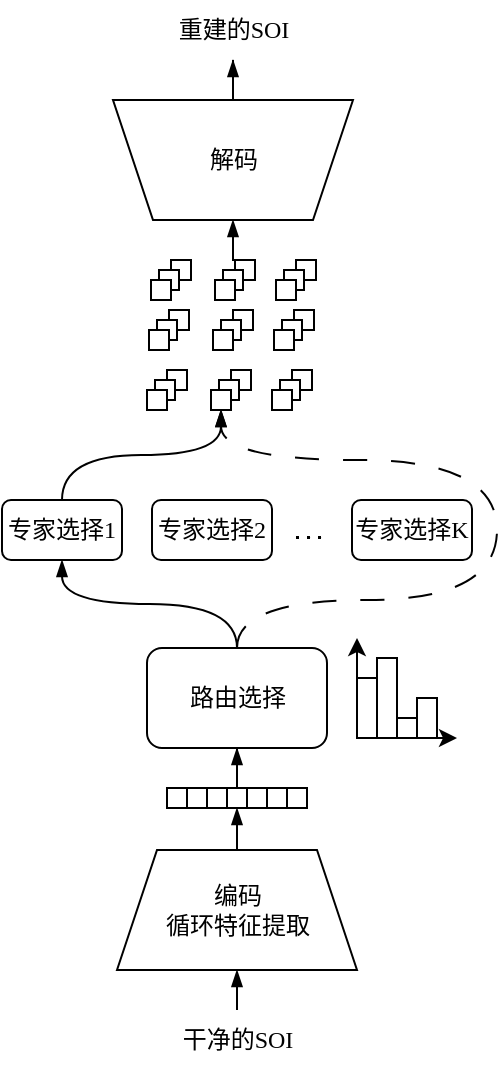
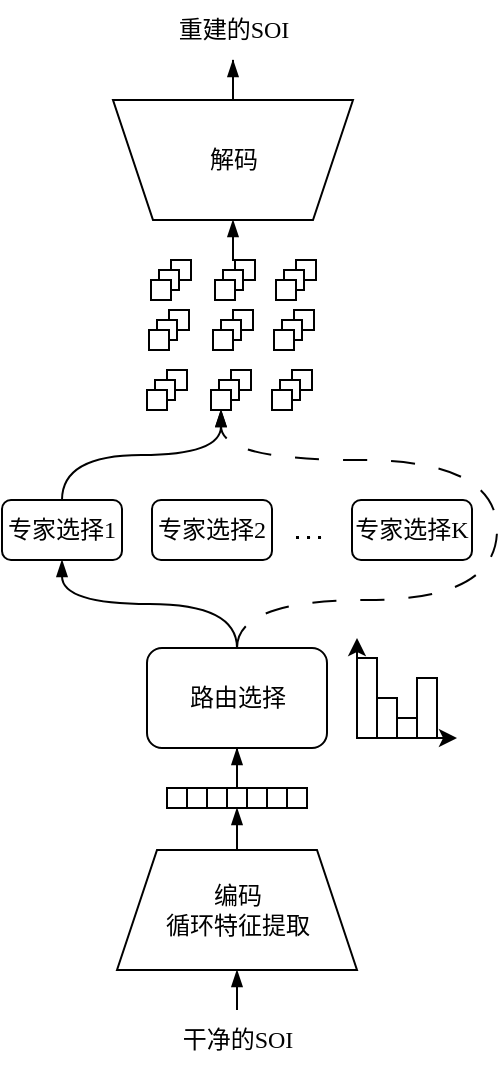
<mxfile host="app.diagrams.net">
  <diagram name="第 1 页" id="SjvYNRHAluqE4aQ-oaUj">
-     <mxGraphModel dx="1381" dy="888" grid="1" gridSize="10" guides="1" tooltips="1" connect="1" arrows="1" fold="1" page="1" pageScale="1" pageWidth="827" pageHeight="1169" math="0" shadow="0">
+     <mxGraphModel dx="1047" dy="545" grid="1" gridSize="10" guides="1" tooltips="1" connect="1" arrows="1" fold="1" page="1" pageScale="1" pageWidth="827" pageHeight="1169" math="1" shadow="0">
      <root>
        <mxCell id="0" />
        <mxCell id="1" parent="0" />
        <mxCell id="EWaWObAG_BLBcivEIfbB-1" parent="1" style="rounded=0;whiteSpace=wrap;html=1;fontFamily=Times New Roman;fontSize=12;" value="" vertex="1">
          <mxGeometry height="10" width="10" x="364.5" y="190" as="geometry" />
        </mxCell>
        <mxCell id="EWaWObAG_BLBcivEIfbB-2" edge="1" parent="1" source="EWaWObAG_BLBcivEIfbB-3" style="endArrow=blockThin;html=1;rounded=0;entryX=0.5;entryY=1;entryDx=0;entryDy=0;endFill=1;exitX=0.5;exitY=0;exitDx=0;exitDy=0;fontFamily=Times New Roman;fontSize=12;" target="EWaWObAG_BLBcivEIfbB-5" value="">
          <mxGeometry height="50" relative="1" width="50" as="geometry">
            <mxPoint x="397.5" y="575" as="sourcePoint" />
            <mxPoint x="407.5" y="585" as="targetPoint" />
          </mxGeometry>
        </mxCell>
        <mxCell id="EWaWObAG_BLBcivEIfbB-3" parent="1" style="text;html=1;whiteSpace=wrap;strokeColor=none;fillColor=none;align=center;verticalAlign=middle;rounded=0;fontFamily=Times New Roman;fontSize=12;" value="干净的SOI" vertex="1">
          <mxGeometry height="30" width="60" x="367.5" y="565" as="geometry" />
        </mxCell>
        <mxCell id="EWaWObAG_BLBcivEIfbB-4" edge="1" parent="1" source="EWaWObAG_BLBcivEIfbB-5" style="edgeStyle=orthogonalEdgeStyle;rounded=0;orthogonalLoop=1;jettySize=auto;html=1;entryX=1;entryY=0.5;entryDx=0;entryDy=0;endArrow=blockThin;endFill=1;exitX=0.5;exitY=0;exitDx=0;exitDy=0;fontFamily=Times New Roman;fontSize=12;" target="EWaWObAG_BLBcivEIfbB-12">
          <mxGeometry relative="1" as="geometry" />
        </mxCell>
        <mxCell id="EWaWObAG_BLBcivEIfbB-5" parent="1" style="shape=trapezoid;perimeter=trapezoidPerimeter;whiteSpace=wrap;html=1;fixedSize=1;fontFamily=Times New Roman;fontSize=12;" value="编码&lt;div&gt;循环特征提取&lt;/div&gt;" vertex="1">
          <mxGeometry height="60" width="120" x="337.5" y="485" as="geometry" />
        </mxCell>
        <mxCell id="EWaWObAG_BLBcivEIfbB-6" edge="1" parent="1" source="EWaWObAG_BLBcivEIfbB-7" style="edgeStyle=orthogonalEdgeStyle;rounded=0;orthogonalLoop=1;jettySize=auto;html=1;endArrow=blockThin;endFill=1;entryX=0.5;entryY=1;entryDx=0;entryDy=0;fontFamily=Times New Roman;fontSize=12;" target="EWaWObAG_BLBcivEIfbB-59">
          <mxGeometry relative="1" as="geometry">
            <mxPoint x="395.5" y="60" as="targetPoint" />
          </mxGeometry>
        </mxCell>
        <mxCell id="EWaWObAG_BLBcivEIfbB-7" parent="1" style="shape=trapezoid;perimeter=trapezoidPerimeter;whiteSpace=wrap;html=1;fixedSize=1;rotation=-180;fontFamily=Times New Roman;fontSize=12;" value="" vertex="1">
          <mxGeometry height="60" width="120" x="335.5" y="110" as="geometry" />
        </mxCell>
        <mxCell id="EWaWObAG_BLBcivEIfbB-8" parent="1" style="rounded=0;whiteSpace=wrap;html=1;rotation=90;fontFamily=Times New Roman;fontSize=12;" value="" vertex="1">
          <mxGeometry height="10" width="10" x="422.5" y="454" as="geometry" />
        </mxCell>
        <mxCell id="EWaWObAG_BLBcivEIfbB-9" parent="1" style="rounded=0;whiteSpace=wrap;html=1;rotation=90;fontFamily=Times New Roman;fontSize=12;" value="" vertex="1">
          <mxGeometry height="10" width="10" x="412.5" y="454" as="geometry" />
        </mxCell>
        <mxCell id="EWaWObAG_BLBcivEIfbB-10" parent="1" style="rounded=0;whiteSpace=wrap;html=1;rotation=90;fontFamily=Times New Roman;fontSize=12;" value="" vertex="1">
          <mxGeometry height="10" width="10" x="402.5" y="454" as="geometry" />
        </mxCell>
        <mxCell id="EWaWObAG_BLBcivEIfbB-11" edge="1" parent="1" source="EWaWObAG_BLBcivEIfbB-12" style="edgeStyle=orthogonalEdgeStyle;rounded=0;orthogonalLoop=1;jettySize=auto;html=1;entryX=0.5;entryY=1;entryDx=0;entryDy=0;endArrow=blockThin;endFill=1;fontFamily=Times New Roman;fontSize=12;" target="EWaWObAG_BLBcivEIfbB-18">
          <mxGeometry relative="1" as="geometry" />
        </mxCell>
        <mxCell id="EWaWObAG_BLBcivEIfbB-12" parent="1" style="rounded=0;whiteSpace=wrap;html=1;rotation=90;fontFamily=Times New Roman;fontSize=12;" value="" vertex="1">
          <mxGeometry height="10" width="10" x="392.5" y="454" as="geometry" />
        </mxCell>
        <mxCell id="EWaWObAG_BLBcivEIfbB-13" parent="1" style="rounded=0;whiteSpace=wrap;html=1;rotation=90;fontFamily=Times New Roman;fontSize=12;" value="" vertex="1">
          <mxGeometry height="10" width="10" x="382.5" y="454" as="geometry" />
        </mxCell>
        <mxCell id="EWaWObAG_BLBcivEIfbB-14" parent="1" style="rounded=0;whiteSpace=wrap;html=1;rotation=90;fontFamily=Times New Roman;fontSize=12;" value="" vertex="1">
          <mxGeometry height="10" width="10" x="372.5" y="454" as="geometry" />
        </mxCell>
        <mxCell id="EWaWObAG_BLBcivEIfbB-15" parent="1" style="rounded=0;whiteSpace=wrap;html=1;rotation=90;fontFamily=Times New Roman;fontSize=12;" value="" vertex="1">
          <mxGeometry height="10" width="10" x="362.5" y="454" as="geometry" />
        </mxCell>
        <mxCell id="EWaWObAG_BLBcivEIfbB-16" edge="1" parent="1" source="EWaWObAG_BLBcivEIfbB-18" style="edgeStyle=orthogonalEdgeStyle;rounded=0;orthogonalLoop=1;jettySize=auto;html=1;entryX=0.5;entryY=1;entryDx=0;entryDy=0;curved=1;exitX=0.5;exitY=0;exitDx=0;exitDy=0;endArrow=blockThin;endFill=1;fontFamily=Times New Roman;fontSize=12;" target="EWaWObAG_BLBcivEIfbB-20">
          <mxGeometry relative="1" as="geometry" />
        </mxCell>
        <mxCell id="EWaWObAG_BLBcivEIfbB-17" edge="1" parent="1" source="EWaWObAG_BLBcivEIfbB-18" style="edgeStyle=orthogonalEdgeStyle;rounded=0;orthogonalLoop=1;jettySize=auto;html=1;entryX=0.5;entryY=1;entryDx=0;entryDy=0;exitX=0.5;exitY=0;exitDx=0;exitDy=0;curved=1;endArrow=blockThin;endFill=1;dashed=1;dashPattern=12 12;fontFamily=Times New Roman;fontSize=12;" target="EWaWObAG_BLBcivEIfbB-55">
          <mxGeometry relative="1" as="geometry">
            <Array as="points">
              <mxPoint x="397.5" y="360" />
              <mxPoint x="527.5" y="360" />
              <mxPoint x="527.5" y="290" />
              <mxPoint x="389.5" y="290" />
            </Array>
          </mxGeometry>
        </mxCell>
        <mxCell id="EWaWObAG_BLBcivEIfbB-18" parent="1" style="rounded=1;whiteSpace=wrap;html=1;fontFamily=Times New Roman;fontSize=12;" value="路由选择" vertex="1">
          <mxGeometry height="50" width="90" x="352.5" y="384" as="geometry" />
        </mxCell>
        <mxCell id="EWaWObAG_BLBcivEIfbB-19" edge="1" parent="1" source="EWaWObAG_BLBcivEIfbB-20" style="edgeStyle=orthogonalEdgeStyle;rounded=0;orthogonalLoop=1;jettySize=auto;html=1;entryX=0.5;entryY=1;entryDx=0;entryDy=0;exitX=0.5;exitY=0;exitDx=0;exitDy=0;curved=1;endArrow=blockThin;endFill=1;fontFamily=Times New Roman;fontSize=12;" target="EWaWObAG_BLBcivEIfbB-55">
          <mxGeometry relative="1" as="geometry" />
        </mxCell>
        <mxCell id="EWaWObAG_BLBcivEIfbB-20" parent="1" style="rounded=1;whiteSpace=wrap;html=1;fontFamily=Times New Roman;fontSize=12;" value="专家选择1" vertex="1">
          <mxGeometry height="30" width="60" x="280" y="310" as="geometry" />
        </mxCell>
        <mxCell id="EWaWObAG_BLBcivEIfbB-21" parent="1" style="rounded=1;whiteSpace=wrap;html=1;fontFamily=Times New Roman;fontSize=12;" value="专家选择2" vertex="1">
          <mxGeometry height="30" width="60" x="355" y="310" as="geometry" />
        </mxCell>
        <mxCell id="EWaWObAG_BLBcivEIfbB-22" parent="1" style="rounded=1;whiteSpace=wrap;html=1;fontFamily=Times New Roman;fontSize=12;" value="专家选择K" vertex="1">
          <mxGeometry height="30" width="60" x="455" y="310" as="geometry" />
        </mxCell>
        <mxCell id="EWaWObAG_BLBcivEIfbB-23" parent="1" style="text;html=1;whiteSpace=wrap;strokeColor=none;fillColor=none;align=center;verticalAlign=middle;rounded=0;fontFamily=Times New Roman;fontSize=12;" value="\[...\]" vertex="1">
          <mxGeometry height="10" width="20" x="422.5" y="320" as="geometry" />
        </mxCell>
        <mxCell id="EWaWObAG_BLBcivEIfbB-24" edge="1" parent="1" source="EWaWObAG_BLBcivEIfbB-23" style="edgeStyle=orthogonalEdgeStyle;rounded=0;orthogonalLoop=1;jettySize=auto;html=1;exitX=0.5;exitY=1;exitDx=0;exitDy=0;fontFamily=Times New Roman;fontSize=12;" target="EWaWObAG_BLBcivEIfbB-23">
          <mxGeometry relative="1" as="geometry" />
        </mxCell>
        <mxCell id="EWaWObAG_BLBcivEIfbB-25" edge="1" parent="1" style="endArrow=classic;html=1;rounded=0;fontFamily=Times New Roman;fontSize=12;" value="">
          <mxGeometry height="50" relative="1" width="50" as="geometry">
            <mxPoint x="457.5" y="429" as="sourcePoint" />
            <mxPoint x="457.5" y="379" as="targetPoint" />
          </mxGeometry>
        </mxCell>
        <mxCell id="EWaWObAG_BLBcivEIfbB-26" edge="1" parent="1" style="endArrow=classic;html=1;rounded=0;fontFamily=Times New Roman;fontSize=12;" value="">
          <mxGeometry height="50" relative="1" width="50" as="geometry">
            <mxPoint x="457.5" y="429" as="sourcePoint" />
            <mxPoint x="507.5" y="429" as="targetPoint" />
          </mxGeometry>
        </mxCell>
        <mxCell id="EWaWObAG_BLBcivEIfbB-27" parent="1" style="rounded=0;whiteSpace=wrap;html=1;fontFamily=Times New Roman;fontSize=12;" value="" vertex="1">
-           <mxGeometry height="30" width="10" x="457.5" y="399" as="geometry" />
+           <mxGeometry height="30" width="10" x="487.5" y="399" as="geometry" />
        </mxCell>
        <mxCell id="EWaWObAG_BLBcivEIfbB-28" parent="1" style="rounded=0;whiteSpace=wrap;html=1;fontFamily=Times New Roman;fontSize=12;" value="" vertex="1">
-           <mxGeometry height="40" width="10" x="467.5" y="389" as="geometry" />
+           <mxGeometry height="40" width="10" x="457.5" y="389" as="geometry" />
        </mxCell>
        <mxCell id="EWaWObAG_BLBcivEIfbB-29" parent="1" style="rounded=0;whiteSpace=wrap;html=1;fontFamily=Times New Roman;fontSize=12;" value="" vertex="1">
          <mxGeometry height="10" width="10" x="477.5" y="419" as="geometry" />
        </mxCell>
        <mxCell id="EWaWObAG_BLBcivEIfbB-30" parent="1" style="rounded=0;whiteSpace=wrap;html=1;fontFamily=Times New Roman;fontSize=12;" value="" vertex="1">
-           <mxGeometry height="20" width="10" x="487.5" y="409" as="geometry" />
+           <mxGeometry height="20" width="10" x="467.5" y="409" as="geometry" />
        </mxCell>
        <mxCell id="EWaWObAG_BLBcivEIfbB-31" parent="1" style="text;html=1;whiteSpace=wrap;strokeColor=none;fillColor=none;align=center;verticalAlign=middle;rounded=0;fontFamily=Times New Roman;fontSize=12;" value="解码" vertex="1">
          <mxGeometry height="30" width="60" x="365.5" y="125" as="geometry" />
        </mxCell>
        <mxCell id="EWaWObAG_BLBcivEIfbB-32" parent="1" style="rounded=0;whiteSpace=wrap;html=1;fontFamily=Times New Roman;fontSize=12;" value="" vertex="1">
          <mxGeometry height="10" width="10" x="358.5" y="195" as="geometry" />
        </mxCell>
        <mxCell id="EWaWObAG_BLBcivEIfbB-33" parent="1" style="rounded=0;whiteSpace=wrap;html=1;fontFamily=Times New Roman;fontSize=12;" value="" vertex="1">
          <mxGeometry height="10" width="10" x="354.5" y="200" as="geometry" />
        </mxCell>
        <mxCell id="EWaWObAG_BLBcivEIfbB-34" edge="1" parent="1" source="EWaWObAG_BLBcivEIfbB-35" style="edgeStyle=orthogonalEdgeStyle;rounded=0;orthogonalLoop=1;jettySize=auto;html=1;entryX=0.5;entryY=0;entryDx=0;entryDy=0;exitX=0;exitY=0;exitDx=0;exitDy=0;endArrow=blockThin;endFill=1;fontFamily=Times New Roman;fontSize=12;" target="EWaWObAG_BLBcivEIfbB-7">
          <mxGeometry relative="1" as="geometry" />
        </mxCell>
        <mxCell id="EWaWObAG_BLBcivEIfbB-35" parent="1" style="rounded=0;whiteSpace=wrap;html=1;fontFamily=Times New Roman;fontSize=12;" value="" vertex="1">
          <mxGeometry height="10" width="10" x="396.5" y="190" as="geometry" />
        </mxCell>
        <mxCell id="EWaWObAG_BLBcivEIfbB-36" parent="1" style="rounded=0;whiteSpace=wrap;html=1;fontFamily=Times New Roman;fontSize=12;" value="" vertex="1">
          <mxGeometry height="10" width="10" x="390.5" y="195" as="geometry" />
        </mxCell>
        <mxCell id="EWaWObAG_BLBcivEIfbB-37" parent="1" style="rounded=0;whiteSpace=wrap;html=1;fontFamily=Times New Roman;fontSize=12;" value="" vertex="1">
          <mxGeometry height="10" width="10" x="386.5" y="200" as="geometry" />
        </mxCell>
        <mxCell id="EWaWObAG_BLBcivEIfbB-38" parent="1" style="rounded=0;whiteSpace=wrap;html=1;fontFamily=Times New Roman;fontSize=12;" value="" vertex="1">
          <mxGeometry height="10" width="10" x="427" y="190" as="geometry" />
        </mxCell>
        <mxCell id="EWaWObAG_BLBcivEIfbB-39" parent="1" style="rounded=0;whiteSpace=wrap;html=1;fontFamily=Times New Roman;fontSize=12;" value="" vertex="1">
          <mxGeometry height="10" width="10" x="421" y="195" as="geometry" />
        </mxCell>
        <mxCell id="EWaWObAG_BLBcivEIfbB-40" parent="1" style="rounded=0;whiteSpace=wrap;html=1;fontFamily=Times New Roman;fontSize=12;" value="" vertex="1">
          <mxGeometry height="10" width="10" x="417" y="200" as="geometry" />
        </mxCell>
        <mxCell id="EWaWObAG_BLBcivEIfbB-41" parent="1" style="rounded=0;whiteSpace=wrap;html=1;fontFamily=Times New Roman;fontSize=12;" value="" vertex="1">
          <mxGeometry height="10" width="10" x="363.5" y="215" as="geometry" />
        </mxCell>
        <mxCell id="EWaWObAG_BLBcivEIfbB-42" parent="1" style="rounded=0;whiteSpace=wrap;html=1;fontFamily=Times New Roman;fontSize=12;" value="" vertex="1">
          <mxGeometry height="10" width="10" x="357.5" y="220" as="geometry" />
        </mxCell>
        <mxCell id="EWaWObAG_BLBcivEIfbB-43" parent="1" style="rounded=0;whiteSpace=wrap;html=1;fontFamily=Times New Roman;fontSize=12;" value="" vertex="1">
          <mxGeometry height="10" width="10" x="353.5" y="225" as="geometry" />
        </mxCell>
        <mxCell id="EWaWObAG_BLBcivEIfbB-44" parent="1" style="rounded=0;whiteSpace=wrap;html=1;fontFamily=Times New Roman;fontSize=12;" value="" vertex="1">
          <mxGeometry height="10" width="10" x="395.5" y="215" as="geometry" />
        </mxCell>
        <mxCell id="EWaWObAG_BLBcivEIfbB-45" parent="1" style="rounded=0;whiteSpace=wrap;html=1;fontFamily=Times New Roman;fontSize=12;" value="" vertex="1">
          <mxGeometry height="10" width="10" x="389.5" y="220" as="geometry" />
        </mxCell>
        <mxCell id="EWaWObAG_BLBcivEIfbB-46" parent="1" style="rounded=0;whiteSpace=wrap;html=1;fontFamily=Times New Roman;fontSize=12;" value="" vertex="1">
          <mxGeometry height="10" width="10" x="385.5" y="225" as="geometry" />
        </mxCell>
        <mxCell id="EWaWObAG_BLBcivEIfbB-47" parent="1" style="rounded=0;whiteSpace=wrap;html=1;fontFamily=Times New Roman;fontSize=12;" value="" vertex="1">
          <mxGeometry height="10" width="10" x="426" y="215" as="geometry" />
        </mxCell>
        <mxCell id="EWaWObAG_BLBcivEIfbB-48" parent="1" style="rounded=0;whiteSpace=wrap;html=1;fontFamily=Times New Roman;fontSize=12;" value="" vertex="1">
          <mxGeometry height="10" width="10" x="420" y="220" as="geometry" />
        </mxCell>
        <mxCell id="EWaWObAG_BLBcivEIfbB-49" parent="1" style="rounded=0;whiteSpace=wrap;html=1;fontFamily=Times New Roman;fontSize=12;" value="" vertex="1">
          <mxGeometry height="10" width="10" x="416" y="225" as="geometry" />
        </mxCell>
        <mxCell id="EWaWObAG_BLBcivEIfbB-50" parent="1" style="rounded=0;whiteSpace=wrap;html=1;fontFamily=Times New Roman;fontSize=12;" value="" vertex="1">
          <mxGeometry height="10" width="10" x="362.5" y="245" as="geometry" />
        </mxCell>
        <mxCell id="EWaWObAG_BLBcivEIfbB-51" parent="1" style="rounded=0;whiteSpace=wrap;html=1;fontFamily=Times New Roman;fontSize=12;" value="" vertex="1">
          <mxGeometry height="10" width="10" x="356.5" y="250" as="geometry" />
        </mxCell>
        <mxCell id="EWaWObAG_BLBcivEIfbB-52" parent="1" style="rounded=0;whiteSpace=wrap;html=1;fontFamily=Times New Roman;fontSize=12;" value="" vertex="1">
          <mxGeometry height="10" width="10" x="352.5" y="255" as="geometry" />
        </mxCell>
        <mxCell id="EWaWObAG_BLBcivEIfbB-53" parent="1" style="rounded=0;whiteSpace=wrap;html=1;fontFamily=Times New Roman;fontSize=12;" value="" vertex="1">
          <mxGeometry height="10" width="10" x="394.5" y="245" as="geometry" />
        </mxCell>
        <mxCell id="EWaWObAG_BLBcivEIfbB-54" parent="1" style="rounded=0;whiteSpace=wrap;html=1;fontFamily=Times New Roman;fontSize=12;" value="" vertex="1">
          <mxGeometry height="10" width="10" x="388.5" y="250" as="geometry" />
        </mxCell>
        <mxCell id="EWaWObAG_BLBcivEIfbB-55" parent="1" style="rounded=0;whiteSpace=wrap;html=1;fontFamily=Times New Roman;fontSize=12;" value="" vertex="1">
          <mxGeometry height="10" width="10" x="384.5" y="255" as="geometry" />
        </mxCell>
        <mxCell id="EWaWObAG_BLBcivEIfbB-56" parent="1" style="rounded=0;whiteSpace=wrap;html=1;fontFamily=Times New Roman;fontSize=12;" value="" vertex="1">
          <mxGeometry height="10" width="10" x="425" y="245" as="geometry" />
        </mxCell>
        <mxCell id="EWaWObAG_BLBcivEIfbB-57" parent="1" style="rounded=0;whiteSpace=wrap;html=1;fontFamily=Times New Roman;fontSize=12;" value="" vertex="1">
          <mxGeometry height="10" width="10" x="419" y="250" as="geometry" />
        </mxCell>
        <mxCell id="EWaWObAG_BLBcivEIfbB-58" parent="1" style="rounded=0;whiteSpace=wrap;html=1;fontFamily=Times New Roman;fontSize=12;" value="" vertex="1">
          <mxGeometry height="10" width="10" x="415" y="255" as="geometry" />
        </mxCell>
        <mxCell id="EWaWObAG_BLBcivEIfbB-59" parent="1" style="text;html=1;whiteSpace=wrap;strokeColor=none;fillColor=none;align=center;verticalAlign=middle;rounded=0;fontFamily=Times New Roman;fontSize=12;" value="重建的SOI" vertex="1">
          <mxGeometry height="30" width="60" x="365.5" y="60" as="geometry" />
        </mxCell>
      </root>
    </mxGraphModel>
  </diagram>
</mxfile>
